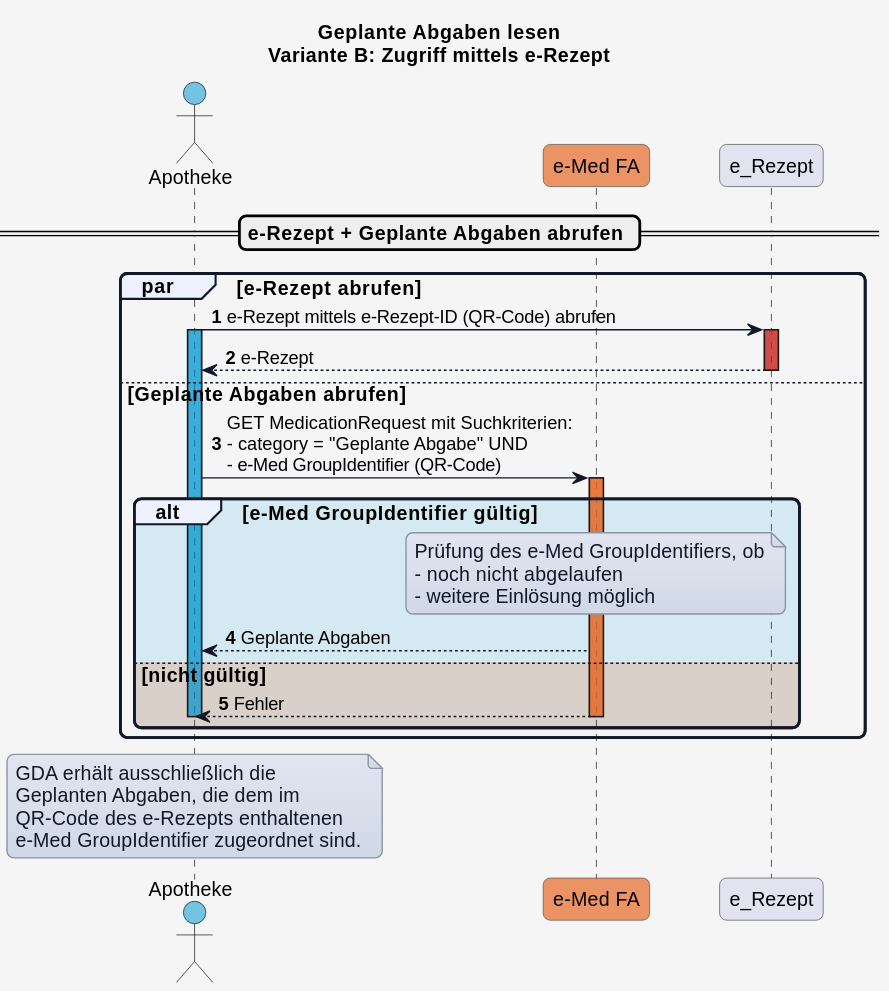
Earlier version of the PlantUML export r4-ELGA-e-Medikation-main/en/plantuml/test/UC_eMed_07_01_b_mit_rezept.svg (HL7Austria/hl7austria.github.io). The source it was exported from:
```plantuml
@startuml
title Geplante Abgaben lesen\nVariante B: Zugriff mittels e-Rezept


skinparam borderColor #000000
skinparam backgroundColor #f5f5f5
skinparam shadowing false
skinparam roundCorner 10
skinparam defaultFontName "Arial"
skinparam defaultFontSize 14
skinparam defaultFontColor #000000
skinparam HyperlinkColor #0000EE
skinparam HyperlinkUnderline false
skinparam BoxPadding 20
skinparam BoxBorderColor #555555

skinparam note {
  BackgroundColor #e0e5f0-#d1d9e6
  BorderColor #8b95a5
  BorderThickness 1
  RoundCorner 0
  Padding 6
  FontColor #111827
  Shadowing false
}

skinparam sequence {
  ParticipantBorderColor #555555
  ParticipantFontColor #000000
  ParticipantFontSize 14
  ParticipantPadding 20
  ArrowColor #111827
  ArrowThickness 1
  ArrowFontColor #000000
  ArrowFontSize 13
  GroupBorderColor #111827
  GroupBackgroundColor #eef2ff
  GroupBorderThickness 2
}

!define COLOR_GDA_1    #15608280
!define COLOR_GDA_2    #96607D80
!define COLOR_PATIENT  #196B2480
!define COLOR_APO      #0F9ED590
!define COLOR_EMED_FA  #e97232bd
!define COLOR_E_REZEPT #cd3732a9

!define COLOR_OK       #0F9ED525
!define COLOR_ERROR    #E9713235

actor GDA_Apo as "Apotheke" COLOR_APO
participant eMed_FA as "e-Med FA" COLOR_EMED_FA

autonumber

== e-Rezept + Geplante Abgaben abrufen ==

par e-Rezept abrufen
  GDA_Apo -> e_Rezept: e-Rezept mittels e-Rezept-ID (QR-Code) abrufen
  activate GDA_Apo COLOR_APO
  activate e_Rezept COLOR_E_REZEPT
  e_Rezept --> GDA_Apo: e-Rezept
  deactivate e_Rezept
else Geplante Abgaben abrufen
  GDA_Apo -> eMed_FA: GET MedicationRequest mit Suchkriterien:\n- category = "Geplante Abgabe" UND \n- e-Med GroupIdentifier (QR-Code)
  activate eMed_FA COLOR_EMED_FA
  alt COLOR_OK e-Med GroupIdentifier gültig
    note over eMed_FA
    Prüfung des e-Med GroupIdentifiers, ob
    - noch nicht abgelaufen
    - weitere Einlösung möglich
    end note
    eMed_FA --> GDA_Apo: Geplante Abgaben
  else COLOR_ERROR nicht gültig
    eMed_FA --> GDA_Apo: Fehler
    deactivate eMed_FA
    deactivate GDA_Apo
  end
end
note over GDA_Apo
GDA erhält ausschließlich die
Geplanten Abgaben, die dem im
QR-Code des e-Rezepts enthaltenen
e-Med GroupIdentifier zugeordnet sind.
end note
@enduml
```
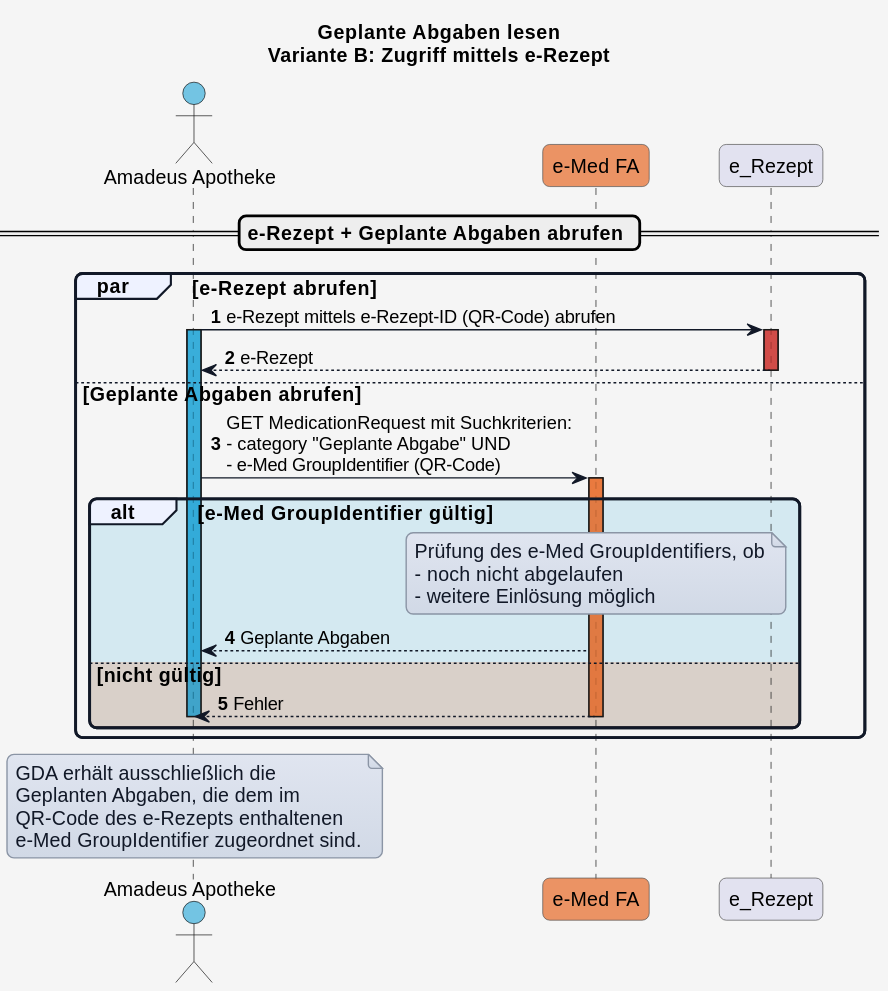
After the commit.

Diff of the diagram source:
```diff
@@ -48,7 +48,7 @@
 !define COLOR_OK       #0F9ED525
 !define COLOR_ERROR    #E9713235
 
-actor GDA_Apo as "Apotheke" COLOR_APO
+actor GDA_Apo as "Amadeus Apotheke" COLOR_APO
 participant eMed_FA as "e-Med FA" COLOR_EMED_FA
 
 autonumber
@@ -62,7 +62,7 @@
   e_Rezept --> GDA_Apo: e-Rezept
   deactivate e_Rezept
 else Geplante Abgaben abrufen
-  GDA_Apo -> eMed_FA: GET MedicationRequest mit Suchkriterien:\n- category = "Geplante Abgabe" UND \n- e-Med GroupIdentifier (QR-Code)
+  GDA_Apo -> eMed_FA: GET MedicationRequest mit Suchkriterien:\n- category "Geplante Abgabe" UND \n- e-Med GroupIdentifier (QR-Code)
   activate eMed_FA COLOR_EMED_FA
   alt COLOR_OK e-Med GroupIdentifier gültig
     note over eMed_FA
```
